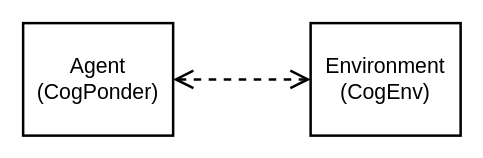
morteza/thesis keeps this draw.io diagram as page "Agent_Env" (4 of 9) of resources/defense_figures.drawio. Above is the earlier version. Source tidied: cells renumbered, new cells numbered last; positions are measured from the earlier drawing's top-left corner, leaving out a move shared by most shapes. Both pictures are drawn from the tidied source at 125%, with x=0, y=0 at pixel (22, 22).
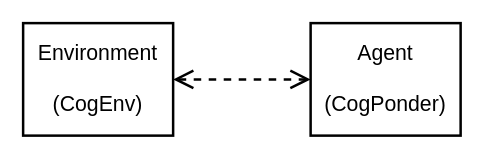
The same page after the edit.

Diff of the diagram source:
```diff
@@
 <mxGraphModel>
   <root>
     <mxCell id="0" />
     <mxCell id="1" parent="0" />
     <mxCell id="2" style="edgeStyle=orthogonalEdgeStyle;rounded=0;jettySize=auto;html=1;endArrow=open;endFill=0;startArrow=open;startFill=0;endSize=12;startSize=12;strokeWidth=2;dashed=1;" parent="1" edge="1" source="3" target="4">
       <mxGeometry relative="1" as="geometry" />
     </mxCell>
-    <mxCell id="3" value="Agent&lt;br style=&quot;font-size: 17px;&quot;&gt;(CogPonder)" style="rounded=0;whiteSpace=wrap;html=1;strokeWidth=2;fontSize=17;" parent="1" vertex="1">
+    <mxCell id="3" value="Environment&lt;br&gt;&lt;br style=&quot;font-size: 17px;&quot;&gt;(CogEnv)" style="rounded=0;whiteSpace=wrap;html=1;strokeWidth=2;fontSize=17;" parent="1" vertex="1">
       <mxGeometry width="120" height="90" as="geometry" />
     </mxCell>
-    <mxCell id="4" value="Environment (CogEnv)" style="rounded=0;whiteSpace=wrap;html=1;strokeWidth=2;fontSize=17;" parent="1" vertex="1">
+    <mxCell id="4" value="Agent&lt;br&gt;&lt;br&gt;(CogPonder)" style="rounded=0;whiteSpace=wrap;html=1;strokeWidth=2;fontSize=17;" parent="1" vertex="1">
       <mxGeometry x="230" width="120" height="90" as="geometry" />
     </mxCell>
   </root>
 </mxGraphModel>
```
